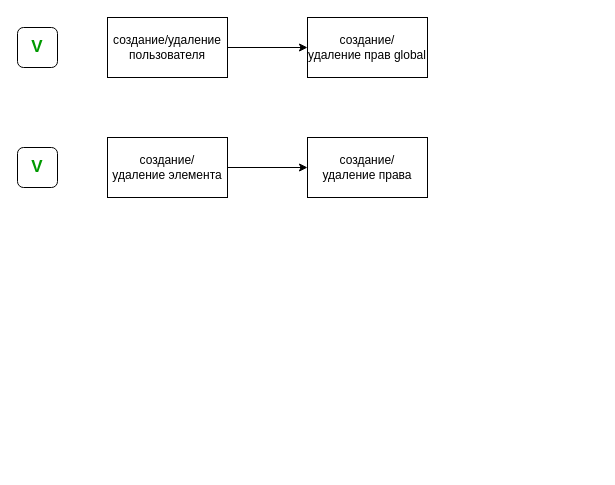
Above: Управление правами.drawio in GrigoryGriko/astro_checklist (draw.io), before the change. Source tidied: cells renumbered, new cells numbered last; positions are measured from the earlier drawing's top-left corner, leaving out a move shared by most shapes. Both pictures are drawn from the tidied source at 100%, with x=0, y=0 at pixel (17, 17).
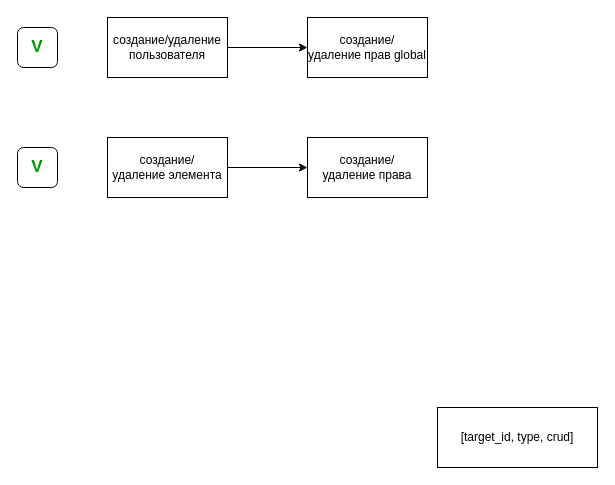
The same diagram, later.

The edit, as a diff of the source:
```diff
@@
 <mxGraphModel>
   <root>
     <mxCell id="0" />
     <mxCell id="1" parent="0" />
     <mxCell id="2" style="edgeStyle=orthogonalEdgeStyle;rounded=0;jettySize=auto;html=1;" parent="1" edge="1" source="3" target="4">
       <mxGeometry relative="1" as="geometry" />
     </mxCell>
     <mxCell id="3" value="создание/удаление пользователя" style="whiteSpace=wrap;html=1;rounded=0;" parent="1" vertex="1">
       <mxGeometry x="90" width="120" height="60" as="geometry" />
     </mxCell>
     <mxCell id="4" value="создание/удаление&amp;nbsp;прав global" style="whiteSpace=wrap;html=1;rounded=0;" parent="1" vertex="1">
       <mxGeometry x="290" width="120" height="60" as="geometry" />
     </mxCell>
     <mxCell id="5" style="edgeStyle=orthogonalEdgeStyle;rounded=0;jettySize=auto;html=1;" parent="1" edge="1" source="6" target="7">
       <mxGeometry relative="1" as="geometry" />
     </mxCell>
     <mxCell id="6" value="создание/удаление&amp;nbsp;элемента" style="rounded=0;whiteSpace=wrap;html=1;" parent="1" vertex="1">
       <mxGeometry x="90" y="120" width="120" height="60" as="geometry" />
     </mxCell>
     <mxCell id="7" value="создание/удаление&amp;nbsp;права" style="whiteSpace=wrap;html=1;rounded=0;" parent="1" vertex="1">
       <mxGeometry x="290" y="120" width="120" height="60" as="geometry" />
     </mxCell>
     <mxCell id="8" value="&lt;b&gt;&lt;font color=&quot;#009900&quot; style=&quot;font-size: 17px;&quot;&gt;V&lt;/font&gt;&lt;/b&gt;" style="rounded=1;whiteSpace=wrap;html=1;" parent="1" vertex="1">
       <mxGeometry y="10" width="40" height="40" as="geometry" />
     </mxCell>
     <mxCell id="9" value="&lt;b&gt;&lt;font style=&quot;font-size: 17px;&quot; color=&quot;#009900&quot;&gt;V&lt;/font&gt;&lt;/b&gt;" style="rounded=1;whiteSpace=wrap;html=1;" parent="1" vertex="1">
       <mxGeometry y="130" width="40" height="40" as="geometry" />
     </mxCell>
+    <mxCell id="10" value="[target_id, type, crud]" style="rounded=0;whiteSpace=wrap;html=1;" parent="1" vertex="1">
+      <mxGeometry x="420" y="390" width="160" height="60" as="geometry" />
+    </mxCell>
   </root>
 </mxGraphModel>
```
